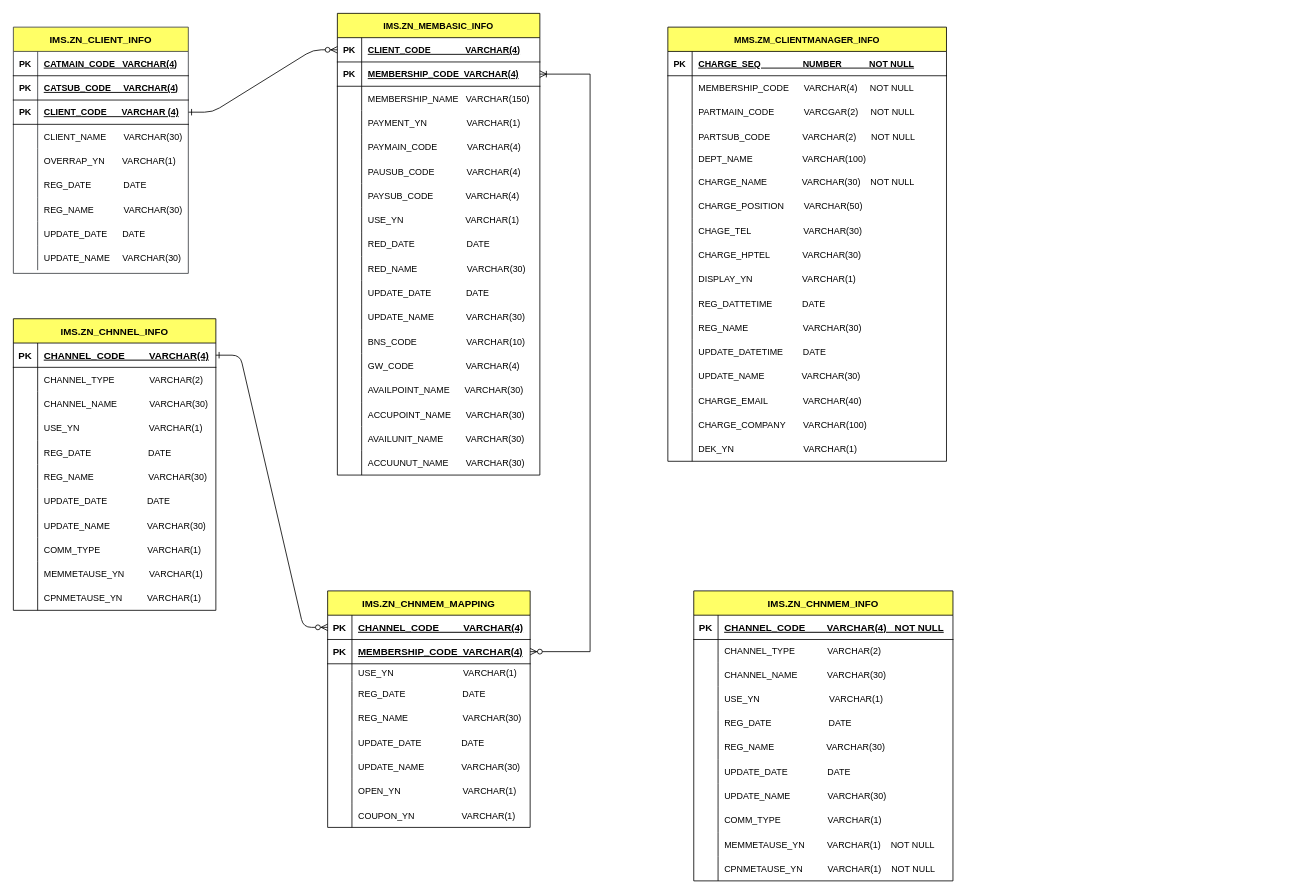
qksl22/Java keeps this draw.io diagram as Untitled Diagram.drawio. Above is the earlier version. Source tidied: cells renumbered, new cells numbered last; positions are measured from the earlier drawing's top-left corner, leaving out a move shared by most shapes. Both pictures are drawn from the tidied source at 81%, with x=0, y=0 at pixel (13, 13).
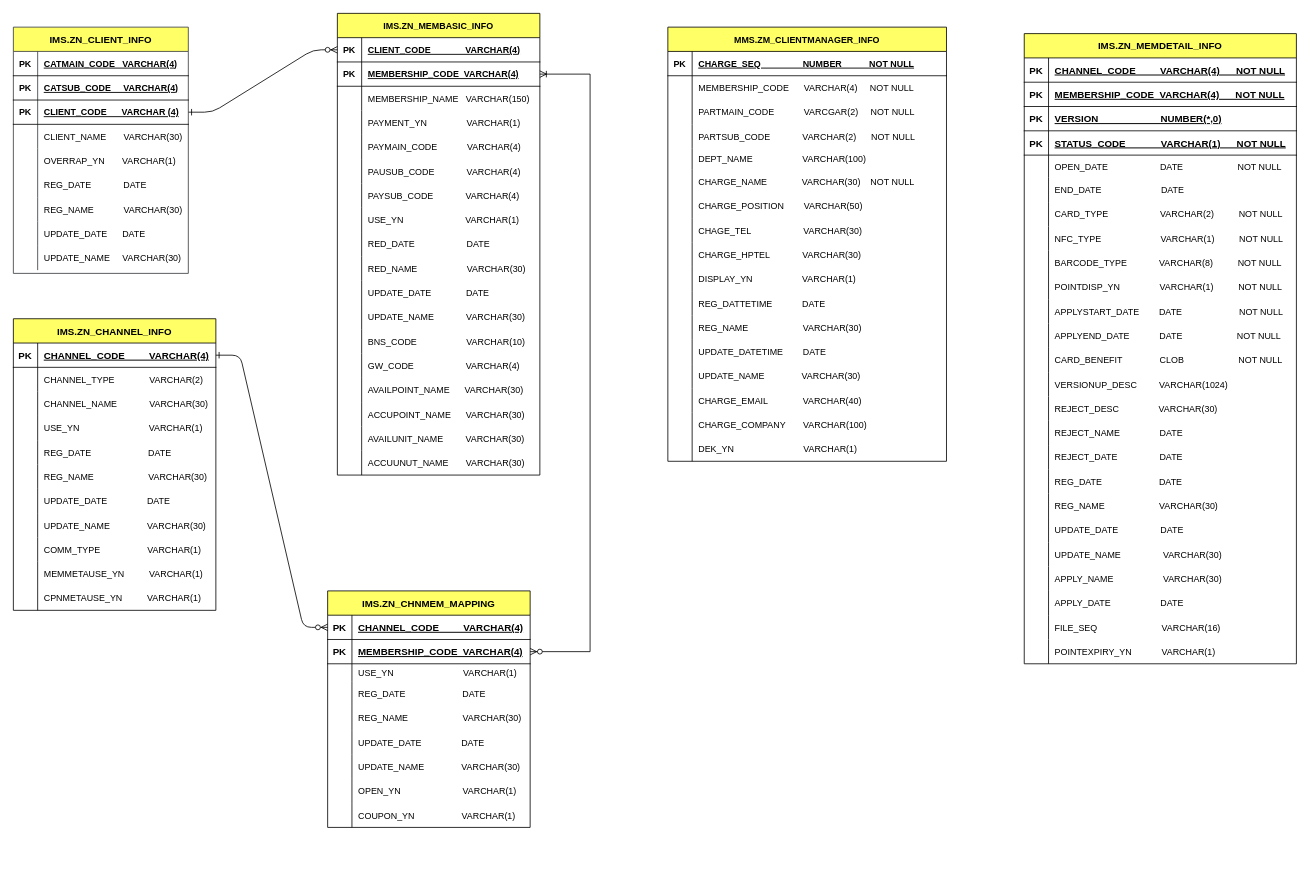
The same diagram, later.

The edit, as a diff of the source:
```diff
@@
-    <mxCell id="114" value="IMS.ZN_CHNNEL_INFO" style="shape=table;startSize=30;childLayout=tableLayout;rowLines=0;fontStyle=1;align=center;fillColor=#FFFF66;" parent="1" vertex="1">
+    <mxCell id="114" value="IMS.ZN_CHANNEL_INFO" style="shape=table;startSize=30;childLayout=tableLayout;rowLines=0;fontStyle=1;align=center;fillColor=#FFFF66;" parent="1" vertex="1">
       <mxGeometry y="377" width="250" height="360" as="geometry" />
     </mxCell>
@@
-    <mxCell id="202" value="IMS.ZN_CHNMEM_INFO" style="shape=table;startSize=30;childLayout=tableLayout;rowLines=0;fontStyle=1;align=center;fillColor=#FFFF66;" parent="1" vertex="1">
-      <mxGeometry x="840" y="713" width="320" height="358" as="geometry" />
+    <mxCell id="202" value="IMS.ZN_MEMDETAIL_INFO" style="shape=table;startSize=30;childLayout=tableLayout;rowLines=0;fontStyle=1;align=center;fillColor=#FFFF66;" parent="1" vertex="1">
+      <mxGeometry x="1248" y="25" width="336" height="778" as="geometry" />
     </mxCell>
     <mxCell id="203" style="shape=partialRectangle;fillColor=none;top=0;left=0;right=0;bottom=1;" parent="202" vertex="1">
-      <mxGeometry y="30" width="320" height="30" as="geometry" />
+      <mxGeometry y="30" width="336" height="30" as="geometry" />
     </mxCell>
@@
-    <mxCell id="205" value="CHANNEL_CODE        VARCHAR(4)   NOT NULL" style="shape=partialRectangle;overflow=hidden;fillColor=none;top=0;left=0;bottom=0;right=0;align=left;spacingLeft=6;fontStyle=5;shadow=0;" parent="203" vertex="1">
-      <mxGeometry x="30" width="290" height="30" as="geometry" />
+    <mxCell id="205" value="CHANNEL_CODE         VARCHAR(4)      NOT NULL" style="shape=partialRectangle;overflow=hidden;fillColor=none;top=0;left=0;bottom=0;right=0;align=left;spacingLeft=6;fontStyle=5;shadow=0;" parent="203" vertex="1">
+      <mxGeometry x="30" width="306" height="30" as="geometry" />
     </mxCell>
+    <mxCell id="236" style="shape=partialRectangle;fillColor=none;top=0;left=0;right=0;bottom=1;" parent="202" vertex="1">
+      <mxGeometry y="60" width="336" height="30" as="geometry" />
+    </mxCell>
+    <mxCell id="237" value="PK" style="shape=partialRectangle;overflow=hidden;fillColor=none;top=0;left=0;bottom=0;right=0;fontStyle=1;" parent="236" vertex="1">
+      <mxGeometry width="30" height="30" as="geometry" />
+    </mxCell>
+    <mxCell id="238" value="MEMBERSHIP_CODE  VARCHAR(4)      NOT NULL" style="shape=partialRectangle;overflow=hidden;fillColor=none;top=0;left=0;bottom=0;right=0;align=left;spacingLeft=6;fontStyle=5;shadow=0;" parent="236" vertex="1">
+      <mxGeometry x="30" width="306" height="30" as="geometry" />
+    </mxCell>
+    <mxCell id="239" style="shape=partialRectangle;fillColor=none;top=0;left=0;right=0;bottom=1;" parent="202" vertex="1">
+      <mxGeometry y="90" width="336" height="30" as="geometry" />
+    </mxCell>
+    <mxCell id="240" value="PK" style="shape=partialRectangle;overflow=hidden;fillColor=none;top=0;left=0;bottom=0;right=0;fontStyle=1;" parent="239" vertex="1">
+      <mxGeometry width="30" height="30" as="geometry" />
+    </mxCell>
+    <mxCell id="241" value="VERSION                       NUMBER(*,0)" style="shape=partialRectangle;overflow=hidden;fillColor=none;top=0;left=0;bottom=0;right=0;align=left;spacingLeft=6;fontStyle=5;shadow=0;" parent="239" vertex="1">
+      <mxGeometry x="30" width="306" height="30" as="geometry" />
+    </mxCell>
+    <mxCell id="242" style="shape=partialRectangle;fillColor=none;top=0;left=0;right=0;bottom=1;" parent="202" vertex="1">
+      <mxGeometry y="120" width="336" height="30" as="geometry" />
+    </mxCell>
+    <mxCell id="243" value="PK" style="shape=partialRectangle;overflow=hidden;fillColor=none;top=0;left=0;bottom=0;right=0;fontStyle=1;" parent="242" vertex="1">
+      <mxGeometry width="30" height="30" as="geometry" />
+    </mxCell>
+    <mxCell id="244" value="STATUS_CODE             VARCHAR(1)      NOT NULL" style="shape=partialRectangle;overflow=hidden;fillColor=none;top=0;left=0;bottom=0;right=0;align=left;spacingLeft=6;fontStyle=5;shadow=0;" parent="242" vertex="1">
+      <mxGeometry x="30" width="306" height="30" as="geometry" />
+    </mxCell>
     <mxCell id="206" style="shape=partialRectangle;fillColor=none;top=0;left=0;right=0;bottom=0;fontSize=11;" parent="202" vertex="1">
-      <mxGeometry y="60" width="320" height="28" as="geometry" />
+      <mxGeometry y="150" width="336" height="28" as="geometry" />
     </mxCell>
@@
-    <mxCell id="208" value="CHANNEL_TYPE             VARCHAR(2)" style="shape=partialRectangle;overflow=hidden;fillColor=none;top=0;left=0;bottom=0;right=0;align=left;spacingLeft=6;fontSize=11;" parent="206" vertex="1">
-      <mxGeometry x="30" width="290" height="28" as="geometry" />
+    <mxCell id="208" value="OPEN_DATE                     DATE                      NOT NULL" style="shape=partialRectangle;overflow=hidden;fillColor=none;top=0;left=0;bottom=0;right=0;align=left;spacingLeft=6;fontSize=11;" parent="206" vertex="1">
+      <mxGeometry x="30" width="306" height="28" as="geometry" />
     </mxCell>
     <mxCell id="209" style="shape=partialRectangle;fillColor=none;top=0;left=0;right=0;bottom=0;fontSize=11;" parent="202" vertex="1">
-      <mxGeometry y="88" width="320" height="30" as="geometry" />
+      <mxGeometry y="178" width="336" height="30" as="geometry" />
     </mxCell>
@@
-    <mxCell id="211" value="CHANNEL_NAME            VARCHAR(30)" style="shape=partialRectangle;overflow=hidden;fillColor=none;top=0;left=0;bottom=0;right=0;align=left;spacingLeft=6;fontSize=11;" parent="209" vertex="1">
-      <mxGeometry x="30" width="290" height="30" as="geometry" />
+    <mxCell id="211" value="END_DATE                        DATE" style="shape=partialRectangle;overflow=hidden;fillColor=none;top=0;left=0;bottom=0;right=0;align=left;spacingLeft=6;fontSize=11;" parent="209" vertex="1">
+      <mxGeometry x="30" width="306" height="30" as="geometry" />
     </mxCell>
     <mxCell id="212" style="shape=partialRectangle;fillColor=none;top=0;left=0;right=0;bottom=0;fontSize=11;" parent="202" vertex="1">
-      <mxGeometry y="118" width="320" height="30" as="geometry" />
+      <mxGeometry y="208" width="336" height="30" as="geometry" />
     </mxCell>
@@
-    <mxCell id="214" value="USE_YN                            VARCHAR(1)" style="shape=partialRectangle;overflow=hidden;fillColor=none;top=0;left=0;bottom=0;right=0;align=left;spacingLeft=6;fontSize=11;" parent="212" vertex="1">
-      <mxGeometry x="30" width="290" height="30" as="geometry" />
+    <mxCell id="214" value="CARD_TYPE                     VARCHAR(2)          NOT NULL" style="shape=partialRectangle;overflow=hidden;fillColor=none;top=0;left=0;bottom=0;right=0;align=left;spacingLeft=6;fontSize=11;" parent="212" vertex="1">
+      <mxGeometry x="30" width="306" height="30" as="geometry" />
     </mxCell>
     <mxCell id="215" style="shape=partialRectangle;fillColor=none;top=0;left=0;right=0;bottom=0;fontSize=11;" parent="202" vertex="1">
-      <mxGeometry y="148" width="320" height="30" as="geometry" />
+      <mxGeometry y="238" width="336" height="30" as="geometry" />
     </mxCell>
@@
-    <mxCell id="217" value="REG_DATE                       DATE" style="shape=partialRectangle;overflow=hidden;fillColor=none;top=0;left=0;bottom=0;right=0;align=left;spacingLeft=6;fontSize=11;" parent="215" vertex="1">
-      <mxGeometry x="30" width="290" height="30" as="geometry" />
+    <mxCell id="217" value="NFC_TYPE                        VARCHAR(1)          NOT NULL" style="shape=partialRectangle;overflow=hidden;fillColor=none;top=0;left=0;bottom=0;right=0;align=left;spacingLeft=6;fontSize=11;" parent="215" vertex="1">
+      <mxGeometry x="30" width="306" height="30" as="geometry" />
     </mxCell>
     <mxCell id="218" style="shape=partialRectangle;fillColor=none;top=0;left=0;right=0;bottom=0;fontSize=11;" parent="202" vertex="1">
-      <mxGeometry y="178" width="320" height="30" as="geometry" />
+      <mxGeometry y="268" width="336" height="30" as="geometry" />
     </mxCell>
@@
-    <mxCell id="220" value="REG_NAME                     VARCHAR(30)" style="shape=partialRectangle;overflow=hidden;fillColor=none;top=0;left=0;bottom=0;right=0;align=left;spacingLeft=6;fontSize=11;" parent="218" vertex="1">
-      <mxGeometry x="30" width="290" height="30" as="geometry" />
+    <mxCell id="220" value="BARCODE_TYPE             VARCHAR(8)          NOT NULL" style="shape=partialRectangle;overflow=hidden;fillColor=none;top=0;left=0;bottom=0;right=0;align=left;spacingLeft=6;fontSize=11;" parent="218" vertex="1">
+      <mxGeometry x="30" width="306" height="30" as="geometry" />
     </mxCell>
     <mxCell id="221" style="shape=partialRectangle;fillColor=none;top=0;left=0;right=0;bottom=0;fontSize=11;" parent="202" vertex="1">
-      <mxGeometry y="208" width="320" height="30" as="geometry" />
+      <mxGeometry y="298" width="336" height="30" as="geometry" />
     </mxCell>
@@
-    <mxCell id="223" value="UPDATE_DATE                DATE" style="shape=partialRectangle;overflow=hidden;fillColor=none;top=0;left=0;bottom=0;right=0;align=left;spacingLeft=6;fontSize=11;" parent="221" vertex="1">
-      <mxGeometry x="30" width="290" height="30" as="geometry" />
+    <mxCell id="223" value="POINTDISP_YN                VARCHAR(1)          NOT NULL" style="shape=partialRectangle;overflow=hidden;fillColor=none;top=0;left=0;bottom=0;right=0;align=left;spacingLeft=6;fontSize=11;" parent="221" vertex="1">
+      <mxGeometry x="30" width="306" height="30" as="geometry" />
     </mxCell>
     <mxCell id="224" style="shape=partialRectangle;fillColor=none;top=0;left=0;right=0;bottom=0;fontSize=11;" parent="202" vertex="1">
-      <mxGeometry y="238" width="320" height="30" as="geometry" />
+      <mxGeometry y="328" width="336" height="30" as="geometry" />
     </mxCell>
@@
-    <mxCell id="226" value="UPDATE_NAME               VARCHAR(30)" style="shape=partialRectangle;overflow=hidden;fillColor=none;top=0;left=0;bottom=0;right=0;align=left;spacingLeft=6;fontSize=11;" parent="224" vertex="1">
-      <mxGeometry x="30" width="290" height="30" as="geometry" />
+    <mxCell id="226" value="APPLYSTART_DATE        DATE                       NOT NULL" style="shape=partialRectangle;overflow=hidden;fillColor=none;top=0;left=0;bottom=0;right=0;align=left;spacingLeft=6;fontSize=11;" parent="224" vertex="1">
+      <mxGeometry x="30" width="306" height="30" as="geometry" />
     </mxCell>
     <mxCell id="227" style="shape=partialRectangle;fillColor=none;top=0;left=0;right=0;bottom=0;fontSize=11;" parent="202" vertex="1">
-      <mxGeometry y="268" width="320" height="30" as="geometry" />
+      <mxGeometry y="358" width="336" height="30" as="geometry" />
     </mxCell>
@@
-    <mxCell id="229" value="COMM_TYPE                   VARCHAR(1)" style="shape=partialRectangle;overflow=hidden;fillColor=none;top=0;left=0;bottom=0;right=0;align=left;spacingLeft=6;fontSize=11;" parent="227" vertex="1">
-      <mxGeometry x="30" width="290" height="30" as="geometry" />
+    <mxCell id="229" value="APPLYEND_DATE            DATE                      NOT NULL" style="shape=partialRectangle;overflow=hidden;fillColor=none;top=0;left=0;bottom=0;right=0;align=left;spacingLeft=6;fontSize=11;" parent="227" vertex="1">
+      <mxGeometry x="30" width="306" height="30" as="geometry" />
     </mxCell>
     <mxCell id="230" style="shape=partialRectangle;fillColor=none;top=0;left=0;right=0;bottom=0;fontSize=11;" parent="202" vertex="1">
-      <mxGeometry y="298" width="320" height="30" as="geometry" />
+      <mxGeometry y="388" width="336" height="30" as="geometry" />
     </mxCell>
@@
-    <mxCell id="232" value="MEMMETAUSE_YN         VARCHAR(1)    NOT NULL" style="shape=partialRectangle;overflow=hidden;fillColor=none;top=0;left=0;bottom=0;right=0;align=left;spacingLeft=6;fontSize=11;" parent="230" vertex="1">
-      <mxGeometry x="30" width="290" height="30" as="geometry" />
+    <mxCell id="232" value="CARD_BENEFIT               CLOB                      NOT NULL" style="shape=partialRectangle;overflow=hidden;fillColor=none;top=0;left=0;bottom=0;right=0;align=left;spacingLeft=6;fontSize=11;" parent="230" vertex="1">
+      <mxGeometry x="30" width="306" height="30" as="geometry" />
     </mxCell>
     <mxCell id="233" style="shape=partialRectangle;fillColor=none;top=0;left=0;right=0;bottom=0;fontSize=11;" parent="202" vertex="1">
-      <mxGeometry y="328" width="320" height="30" as="geometry" />
+      <mxGeometry y="418" width="336" height="30" as="geometry" />
     </mxCell>
@@
-    <mxCell id="235" value="CPNMETAUSE_YN          VARCHAR(1)    NOT NULL" style="shape=partialRectangle;overflow=hidden;fillColor=none;top=0;left=0;bottom=0;right=0;align=left;spacingLeft=6;fontSize=11;" parent="233" vertex="1">
-      <mxGeometry x="30" width="290" height="30" as="geometry" />
+    <mxCell id="235" value="VERSIONUP_DESC         VARCHAR(1024)    " style="shape=partialRectangle;overflow=hidden;fillColor=none;top=0;left=0;bottom=0;right=0;align=left;spacingLeft=6;fontSize=11;" parent="233" vertex="1">
+      <mxGeometry x="30" width="306" height="30" as="geometry" />
     </mxCell>
+    <mxCell id="245" style="shape=partialRectangle;fillColor=none;top=0;left=0;right=0;bottom=0;fontSize=11;" parent="202" vertex="1">
+      <mxGeometry y="448" width="336" height="30" as="geometry" />
+    </mxCell>
+    <mxCell id="246" style="shape=partialRectangle;overflow=hidden;fillColor=none;top=0;left=0;bottom=0;right=0;fontSize=11;" parent="245" vertex="1">
+      <mxGeometry width="30" height="30" as="geometry" />
+    </mxCell>
+    <mxCell id="247" value="REJECT_DESC                VARCHAR(30)" style="shape=partialRectangle;overflow=hidden;fillColor=none;top=0;left=0;bottom=0;right=0;align=left;spacingLeft=6;fontSize=11;" parent="245" vertex="1">
+      <mxGeometry x="30" width="306" height="30" as="geometry" />
+    </mxCell>
+    <mxCell id="248" style="shape=partialRectangle;fillColor=none;top=0;left=0;right=0;bottom=0;fontSize=11;" parent="202" vertex="1">
+      <mxGeometry y="478" width="336" height="30" as="geometry" />
+    </mxCell>
+    <mxCell id="249" style="shape=partialRectangle;overflow=hidden;fillColor=none;top=0;left=0;bottom=0;right=0;fontSize=11;" parent="248" vertex="1">
+      <mxGeometry width="30" height="30" as="geometry" />
+    </mxCell>
+    <mxCell id="250" value="REJECT_NAME                DATE" style="shape=partialRectangle;overflow=hidden;fillColor=none;top=0;left=0;bottom=0;right=0;align=left;spacingLeft=6;fontSize=11;" parent="248" vertex="1">
+      <mxGeometry x="30" width="306" height="30" as="geometry" />
+    </mxCell>
+    <mxCell id="251" style="shape=partialRectangle;fillColor=none;top=0;left=0;right=0;bottom=0;fontSize=11;" parent="202" vertex="1">
+      <mxGeometry y="508" width="336" height="30" as="geometry" />
+    </mxCell>
+    <mxCell id="252" style="shape=partialRectangle;overflow=hidden;fillColor=none;top=0;left=0;bottom=0;right=0;fontSize=11;" parent="251" vertex="1">
+      <mxGeometry width="30" height="30" as="geometry" />
+    </mxCell>
+    <mxCell id="253" value="REJECT_DATE                 DATE" style="shape=partialRectangle;overflow=hidden;fillColor=none;top=0;left=0;bottom=0;right=0;align=left;spacingLeft=6;fontSize=11;" parent="251" vertex="1">
+      <mxGeometry x="30" width="306" height="30" as="geometry" />
+    </mxCell>
+    <mxCell id="254" style="shape=partialRectangle;fillColor=none;top=0;left=0;right=0;bottom=0;fontSize=11;" parent="202" vertex="1">
+      <mxGeometry y="538" width="336" height="30" as="geometry" />
+    </mxCell>
+    <mxCell id="255" style="shape=partialRectangle;overflow=hidden;fillColor=none;top=0;left=0;bottom=0;right=0;fontSize=11;" parent="254" vertex="1">
+      <mxGeometry width="30" height="30" as="geometry" />
+    </mxCell>
+    <mxCell id="256" value="REG_DATE                       DATE" style="shape=partialRectangle;overflow=hidden;fillColor=none;top=0;left=0;bottom=0;right=0;align=left;spacingLeft=6;fontSize=11;" parent="254" vertex="1">
+      <mxGeometry x="30" width="306" height="30" as="geometry" />
+    </mxCell>
+    <mxCell id="257" style="shape=partialRectangle;fillColor=none;top=0;left=0;right=0;bottom=0;fontSize=11;" parent="202" vertex="1">
+      <mxGeometry y="568" width="336" height="30" as="geometry" />
+    </mxCell>
+    <mxCell id="258" style="shape=partialRectangle;overflow=hidden;fillColor=none;top=0;left=0;bottom=0;right=0;fontSize=11;" parent="257" vertex="1">
+      <mxGeometry width="30" height="30" as="geometry" />
+    </mxCell>
+    <mxCell id="259" value="REG_NAME                      VARCHAR(30)" style="shape=partialRectangle;overflow=hidden;fillColor=none;top=0;left=0;bottom=0;right=0;align=left;spacingLeft=6;fontSize=11;" parent="257" vertex="1">
+      <mxGeometry x="30" width="306" height="30" as="geometry" />
+    </mxCell>
+    <mxCell id="260" style="shape=partialRectangle;fillColor=none;top=0;left=0;right=0;bottom=0;fontSize=11;" parent="202" vertex="1">
+      <mxGeometry y="598" width="336" height="30" as="geometry" />
+    </mxCell>
+    <mxCell id="261" style="shape=partialRectangle;overflow=hidden;fillColor=none;top=0;left=0;bottom=0;right=0;fontSize=11;" parent="260" vertex="1">
+      <mxGeometry width="30" height="30" as="geometry" />
+    </mxCell>
+    <mxCell id="262" value="UPDATE_DATE                  DATE" style="shape=partialRectangle;overflow=hidden;fillColor=none;top=0;left=0;bottom=0;right=0;align=left;spacingLeft=6;fontSize=11;" parent="260" vertex="1">
+      <mxGeometry x="30" width="306" height="30" as="geometry" />
+    </mxCell>
+    <mxCell id="263" style="shape=partialRectangle;fillColor=none;top=0;left=0;right=0;bottom=0;fontSize=11;" parent="202" vertex="1">
+      <mxGeometry y="628" width="336" height="30" as="geometry" />
+    </mxCell>
+    <mxCell id="264" style="shape=partialRectangle;overflow=hidden;fillColor=none;top=0;left=0;bottom=0;right=0;fontSize=11;" parent="263" vertex="1">
+      <mxGeometry width="30" height="30" as="geometry" />
+    </mxCell>
+    <mxCell id="265" value="UPDATE_NAME                 VARCHAR(30)" style="shape=partialRectangle;overflow=hidden;fillColor=none;top=0;left=0;bottom=0;right=0;align=left;spacingLeft=6;fontSize=11;" parent="263" vertex="1">
+      <mxGeometry x="30" width="306" height="30" as="geometry" />
+    </mxCell>
+    <mxCell id="266" style="shape=partialRectangle;fillColor=none;top=0;left=0;right=0;bottom=0;fontSize=11;" parent="202" vertex="1">
+      <mxGeometry y="658" width="336" height="30" as="geometry" />
+    </mxCell>
+    <mxCell id="267" style="shape=partialRectangle;overflow=hidden;fillColor=none;top=0;left=0;bottom=0;right=0;fontSize=11;" parent="266" vertex="1">
+      <mxGeometry width="30" height="30" as="geometry" />
+    </mxCell>
+    <mxCell id="268" value="APPLY_NAME                    VARCHAR(30)" style="shape=partialRectangle;overflow=hidden;fillColor=none;top=0;left=0;bottom=0;right=0;align=left;spacingLeft=6;fontSize=11;" parent="266" vertex="1">
+      <mxGeometry x="30" width="306" height="30" as="geometry" />
+    </mxCell>
+    <mxCell id="269" style="shape=partialRectangle;fillColor=none;top=0;left=0;right=0;bottom=0;fontSize=11;" parent="202" vertex="1">
+      <mxGeometry y="688" width="336" height="30" as="geometry" />
+    </mxCell>
+    <mxCell id="270" style="shape=partialRectangle;overflow=hidden;fillColor=none;top=0;left=0;bottom=0;right=0;fontSize=11;" parent="269" vertex="1">
+      <mxGeometry width="30" height="30" as="geometry" />
+    </mxCell>
+    <mxCell id="271" value="APPLY_DATE                    DATE" style="shape=partialRectangle;overflow=hidden;fillColor=none;top=0;left=0;bottom=0;right=0;align=left;spacingLeft=6;fontSize=11;" parent="269" vertex="1">
+      <mxGeometry x="30" width="306" height="30" as="geometry" />
+    </mxCell>
+    <mxCell id="272" style="shape=partialRectangle;fillColor=none;top=0;left=0;right=0;bottom=0;fontSize=11;" parent="202" vertex="1">
+      <mxGeometry y="718" width="336" height="30" as="geometry" />
+    </mxCell>
+    <mxCell id="273" style="shape=partialRectangle;overflow=hidden;fillColor=none;top=0;left=0;bottom=0;right=0;fontSize=11;" parent="272" vertex="1">
+      <mxGeometry width="30" height="30" as="geometry" />
+    </mxCell>
+    <mxCell id="274" value="FILE_SEQ                          VARCHAR(16)" style="shape=partialRectangle;overflow=hidden;fillColor=none;top=0;left=0;bottom=0;right=0;align=left;spacingLeft=6;fontSize=11;" parent="272" vertex="1">
+      <mxGeometry x="30" width="306" height="30" as="geometry" />
+    </mxCell>
+    <mxCell id="275" style="shape=partialRectangle;fillColor=none;top=0;left=0;right=0;bottom=0;fontSize=11;" parent="202" vertex="1">
+      <mxGeometry y="748" width="336" height="30" as="geometry" />
+    </mxCell>
+    <mxCell id="276" style="shape=partialRectangle;overflow=hidden;fillColor=none;top=0;left=0;bottom=0;right=0;fontSize=11;" parent="275" vertex="1">
+      <mxGeometry width="30" height="30" as="geometry" />
+    </mxCell>
+    <mxCell id="277" value="POINTEXPIRY_YN            VARCHAR(1)" style="shape=partialRectangle;overflow=hidden;fillColor=none;top=0;left=0;bottom=0;right=0;align=left;spacingLeft=6;fontSize=11;" parent="275" vertex="1">
+      <mxGeometry x="30" width="306" height="30" as="geometry" />
+    </mxCell>
```
